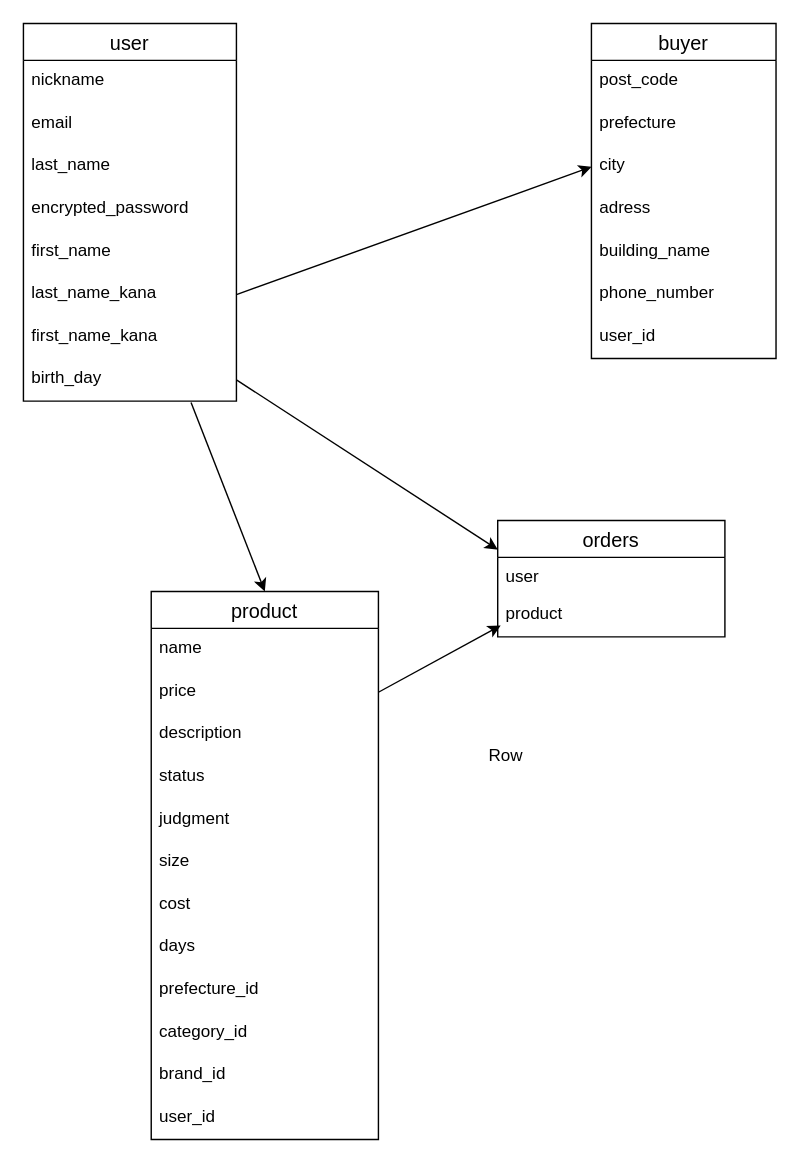
Above: ER.dio in Takamiti-58/furima-32130 (draw.io), before the change. Source tidied: cells renumbered, new cells numbered last; positions are measured from the earlier drawing's top-left corner, leaving out a move shared by most shapes. Both pictures are drawn from the tidied source at 142%, with x=0, y=0 at pixel (23, 23).
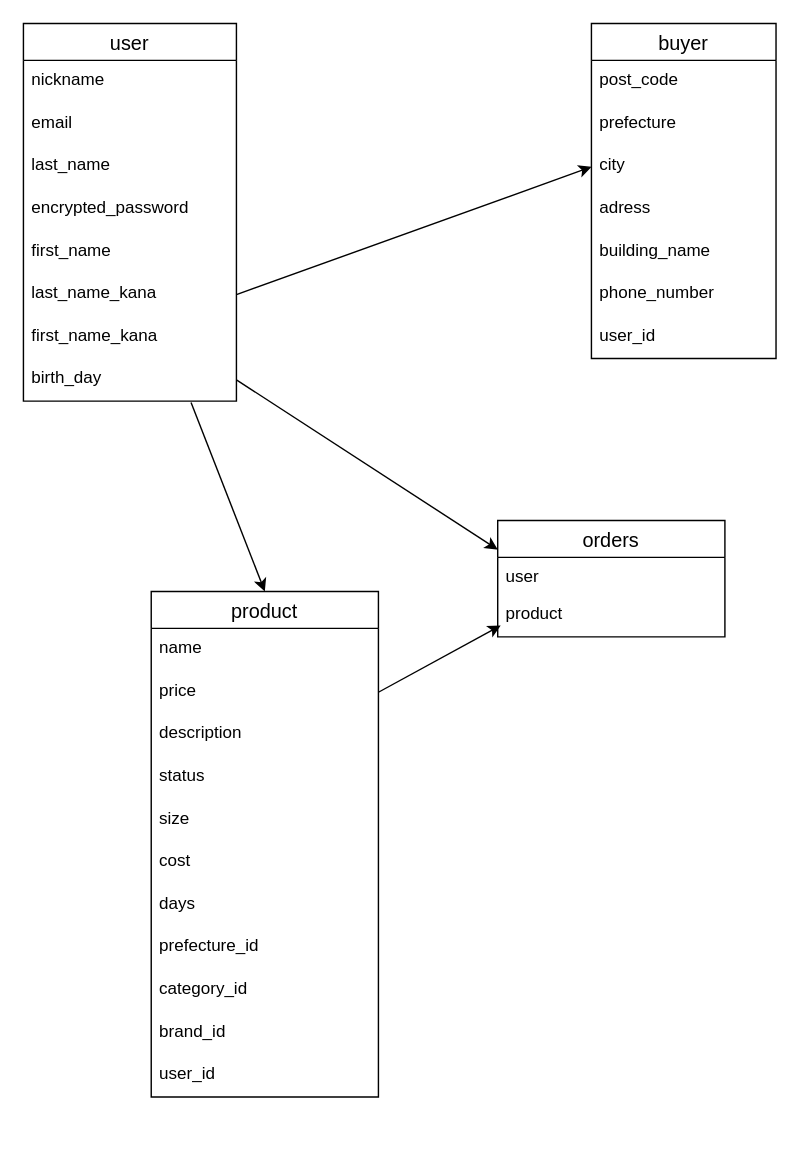
Above is the later version.

Commit message (it also covers changes not shown here):
テーブル修正６

Diff of the diagram source:
```diff
@@
     <mxCell id="19" value="product" style="swimlane;fontStyle=0;horizontal=1;startSize=26;align=center;fontSize=14;" parent="1" vertex="1">
-      <mxGeometry x="90" y="400" width="160" height="386" as="geometry" />
+      <mxGeometry x="90" y="400" width="160" height="356" as="geometry" />
     </mxCell>
@@
-    <mxCell id="24" value="judgment" style="text;strokeColor=none;fillColor=none;spacingLeft=4;spacingRight=4;overflow=hidden;fontSize=12;" parent="19" vertex="1">
-      <mxGeometry y="146" width="160" height="30" as="geometry" />
-    </mxCell>
     <mxCell id="25" value="size" style="text;strokeColor=none;fillColor=none;spacingLeft=4;spacingRight=4;overflow=hidden;fontSize=12;" parent="19" vertex="1">
-      <mxGeometry y="176" width="160" height="30" as="geometry" />
+      <mxGeometry y="146" width="160" height="30" as="geometry" />
     </mxCell>
     <mxCell id="26" value="cost" style="text;strokeColor=none;fillColor=none;spacingLeft=4;spacingRight=4;overflow=hidden;fontSize=12;" parent="19" vertex="1">
-      <mxGeometry y="206" width="160" height="30" as="geometry" />
+      <mxGeometry y="176" width="160" height="30" as="geometry" />
     </mxCell>
     <mxCell id="27" value="days" style="text;strokeColor=none;fillColor=none;spacingLeft=4;spacingRight=4;overflow=hidden;fontSize=12;" parent="19" vertex="1">
-      <mxGeometry y="236" width="160" height="30" as="geometry" />
+      <mxGeometry y="206" width="160" height="30" as="geometry" />
     </mxCell>
     <mxCell id="28" value="prefecture_id" style="text;strokeColor=none;fillColor=none;spacingLeft=4;spacingRight=4;overflow=hidden;fontSize=12;" parent="19" vertex="1">
-      <mxGeometry y="266" width="160" height="30" as="geometry" />
+      <mxGeometry y="236" width="160" height="30" as="geometry" />
     </mxCell>
     <mxCell id="29" value="category_id" style="text;strokeColor=none;fillColor=none;spacingLeft=4;spacingRight=4;overflow=hidden;fontSize=12;" parent="19" vertex="1">
-      <mxGeometry y="296" width="160" height="30" as="geometry" />
+      <mxGeometry y="266" width="160" height="30" as="geometry" />
     </mxCell>
     <mxCell id="30" value="brand_id" style="text;strokeColor=none;fillColor=none;spacingLeft=4;spacingRight=4;overflow=hidden;fontSize=12;" parent="19" vertex="1">
-      <mxGeometry y="326" width="160" height="30" as="geometry" />
+      <mxGeometry y="296" width="160" height="30" as="geometry" />
     </mxCell>
     <mxCell id="31" value="user_id" style="text;strokeColor=none;fillColor=none;spacingLeft=4;spacingRight=4;overflow=hidden;fontSize=12;" parent="19" vertex="1">
-      <mxGeometry y="356" width="160" height="30" as="geometry" />
+      <mxGeometry y="326" width="160" height="30" as="geometry" />
     </mxCell>
@@
-    <mxCell id="39" style="shape=table;startSize=0;childLayout=tableLayout;rowLines=0;fontStyle=0;align=center;strokeColor=none;fillColor=none;" parent="1" vertex="1">
-      <mxGeometry x="290" y="500" width="180" height="30" as="geometry" />
-    </mxCell>
-    <mxCell id="40" style="shape=partialRectangle;fillColor=none;top=0;left=0;bottom=0;right=0;" parent="39" vertex="1">
-      <mxGeometry width="180" height="30" as="geometry" />
-    </mxCell>
-    <mxCell id="41" style="shape=partialRectangle;fillColor=none;top=0;left=0;bottom=0;right=0;overflow=hidden;" parent="40" vertex="1">
-      <mxGeometry width="30" height="30" as="geometry" />
-    </mxCell>
-    <mxCell id="42" value="Row" style="shape=partialRectangle;fillColor=none;top=0;left=0;bottom=0;right=0;align=left;spacingLeft=6;overflow=hidden;" parent="40" vertex="1">
-      <mxGeometry x="30" width="150" height="30" as="geometry" />
-    </mxCell>
```
